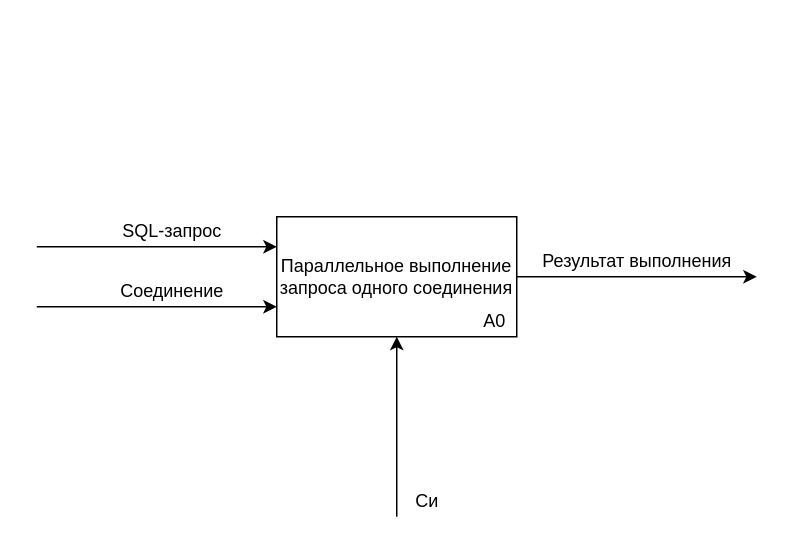
platosha-git/Diplom-theory keeps this draw.io diagram as Даиграммы/IDEF0.drawio. Above is the earlier version. Source tidied: cells renumbered, new cells numbered last; positions are measured from the earlier drawing's top-left corner, leaving out a move shared by most shapes. Both pictures are drawn from the tidied source at 150%, with x=0, y=0 at pixel (36, 216).
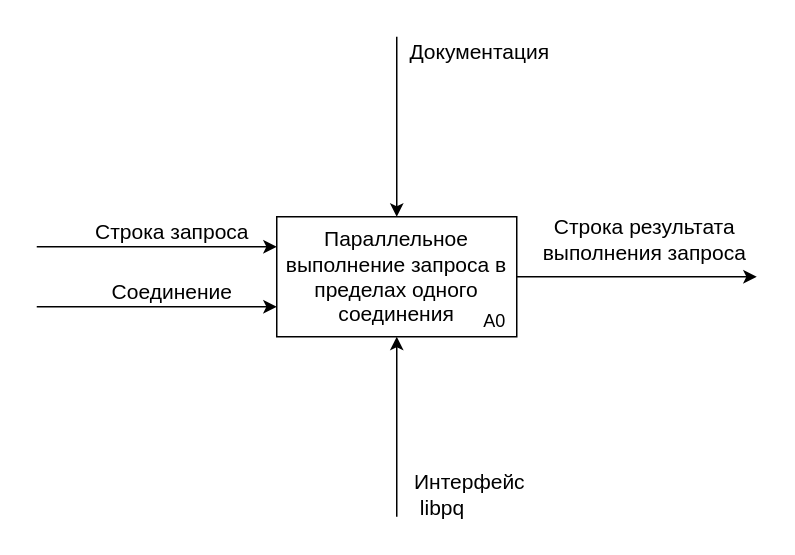
Above is the later version.

Change to the diagram source:
```diff
@@
 <mxGraphModel>
   <root>
     <mxCell id="0" />
     <mxCell id="1" parent="0" />
     <mxCell id="2" style="edgeStyle=orthogonalEdgeStyle;rounded=0;jettySize=auto;html=1;" parent="1" edge="1" source="3">
       <mxGeometry relative="1" as="geometry">
         <mxPoint x="480" y="40" as="targetPoint" />
       </mxGeometry>
     </mxCell>
-    <mxCell id="3" value="Параллельное выполнение запроса одного соединения" style="rounded=0;whiteSpace=wrap;html=1;" parent="1" vertex="1">
+    <mxCell id="3" value="&lt;font style=&quot;font-size: 14px&quot;&gt;Параллельное выполнение запроса в пределах одного соединения&lt;/font&gt;" style="rounded=0;whiteSpace=wrap;html=1;" parent="1" vertex="1">
       <mxGeometry x="160" width="160" height="80" as="geometry" />
     </mxCell>
     <mxCell id="4" style="endArrow=classic;html=1;entryX=0;entryY=0.25;entryDx=0;entryDy=0;" parent="1" edge="1" target="3">
       <mxGeometry relative="1" as="geometry">
         <mxPoint y="20" as="sourcePoint" />
       </mxGeometry>
     </mxCell>
-    <mxCell id="5" value="SQL-запрос" style="text;html=1;align=center;verticalAlign=middle;" parent="1" vertex="1">
-      <mxGeometry x="50" width="80" height="20" as="geometry" />
+    <mxCell id="5" value="&lt;font style=&quot;font-size: 14px&quot;&gt;Строка запроса&lt;/font&gt;" style="text;html=1;align=center;verticalAlign=middle;" parent="1" vertex="1">
+      <mxGeometry x="30" width="120" height="20" as="geometry" />
     </mxCell>
     <mxCell id="6" style="endArrow=classic;html=1;entryX=0;entryY=0.75;entryDx=0;entryDy=0;" parent="1" edge="1" target="3">
       <mxGeometry relative="1" as="geometry">
         <mxPoint y="60" as="sourcePoint" />
       </mxGeometry>
     </mxCell>
-    <mxCell id="7" value="Соединение" style="text;html=1;align=center;verticalAlign=middle;" parent="1" vertex="1">
-      <mxGeometry x="50" y="40" width="80" height="20" as="geometry" />
+    <mxCell id="7" value="&lt;font style=&quot;font-size: 14px&quot;&gt;Соединение&lt;/font&gt;" style="text;html=1;align=center;verticalAlign=middle;" parent="1" vertex="1">
+      <mxGeometry x="40" y="40" width="100" height="20" as="geometry" />
     </mxCell>
-    <mxCell id="8" value="Результат выполнения" style="text;html=1;align=center;verticalAlign=middle;" parent="1" vertex="1">
-      <mxGeometry x="330" y="20" width="140" height="20" as="geometry" />
+    <mxCell id="8" value="&lt;font style=&quot;font-size: 14px&quot;&gt;Строка результата &lt;br&gt;выполнения запроса&lt;/font&gt;" style="text;html=1;align=center;verticalAlign=middle;" parent="1" vertex="1">
+      <mxGeometry x="330" width="150" height="30" as="geometry" />
     </mxCell>
     <mxCell id="9" value="А0" style="text;html=1;align=center;verticalAlign=middle;" parent="1" vertex="1">
       <mxGeometry x="290" y="60" width="30" height="20" as="geometry" />
     </mxCell>
     <mxCell id="10" style="endArrow=classic;html=1;entryX=0.5;entryY=1;entryDx=0;entryDy=0;" parent="1" edge="1" target="3">
       <mxGeometry relative="1" as="geometry">
         <mxPoint x="240" y="200" as="sourcePoint" />
       </mxGeometry>
     </mxCell>
-    <mxCell id="11" value="Си" style="text;html=1;align=center;verticalAlign=middle;" parent="1" vertex="1">
-      <mxGeometry x="245" y="180" width="30" height="20" as="geometry" />
+    <mxCell id="11" value="&lt;span style=&quot;font-size: 14px&quot;&gt;Интерфейс&lt;br&gt;&amp;nbsp;libpq&lt;/span&gt;" style="text;html=1;align=left;verticalAlign=middle;" parent="1" vertex="1">
+      <mxGeometry x="250" y="170" width="90" height="30" as="geometry" />
     </mxCell>
+    <mxCell id="12" style="endArrow=classic;html=1;entryX=0.5;entryY=0;entryDx=0;entryDy=0;" parent="1" edge="1" target="3">
+      <mxGeometry relative="1" as="geometry">
+        <mxPoint x="240" y="-120" as="sourcePoint" />
+      </mxGeometry>
+    </mxCell>
+    <mxCell id="13" value="&lt;font style=&quot;font-size: 14px&quot;&gt;Документация&lt;/font&gt;" style="text;html=1;align=center;verticalAlign=middle;" parent="1" vertex="1">
+      <mxGeometry x="240" y="-120" width="110" height="20" as="geometry" />
+    </mxCell>
   </root>
 </mxGraphModel>
```
